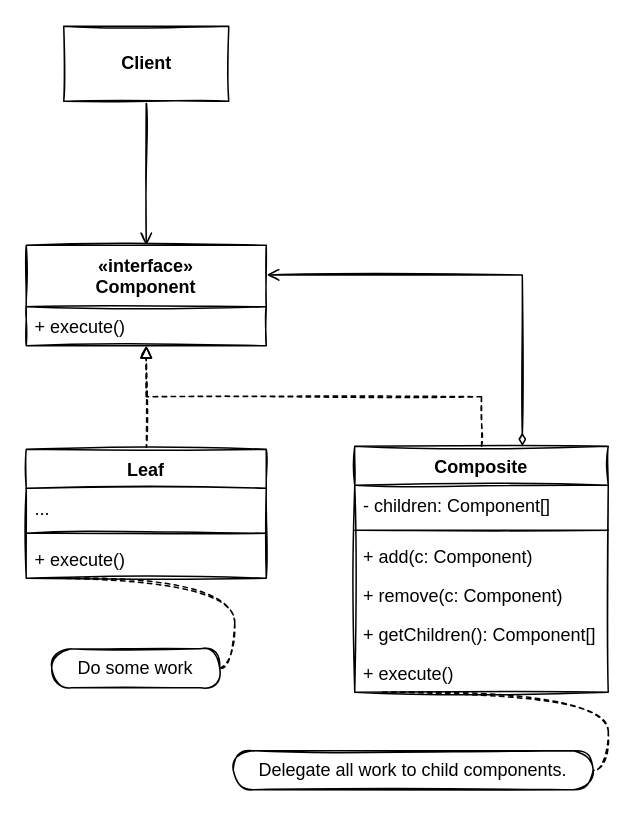
Earlier version of the draw.io diagram page "Standard" (1 of 2) of src/08-Composite/UML.drawio (MangoPomelo/DesignPatternPractice). Source tidied: cells renumbered, new cells numbered last; positions are measured from the earlier drawing's top-left corner, leaving out a move shared by most shapes. Both pictures are drawn from the tidied source at 150%, with x=0, y=0 at pixel (26, 26).
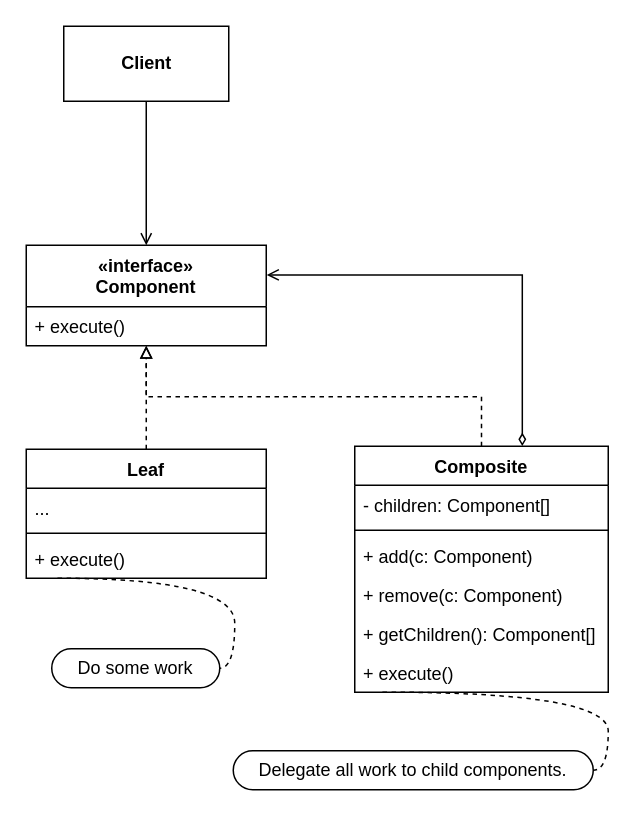
The same page after the edit.

What changed in the source:
```diff
@@
-    <mxCell id="2" style="edgeStyle=none;sketch=1;html=1;exitX=0.5;exitY=1;exitDx=0;exitDy=0;entryX=0.5;entryY=0;entryDx=0;entryDy=0;endArrow=open;endFill=0;" parent="1" edge="1" source="3" target="4">
+    <mxCell id="2" style="edgeStyle=none;html=1;exitX=0.5;exitY=1;exitDx=0;exitDy=0;entryX=0.5;entryY=0;entryDx=0;entryDy=0;endArrow=open;endFill=0;" parent="1" edge="1" source="3" target="4">
       <mxGeometry relative="1" as="geometry" />
     </mxCell>
-    <mxCell id="3" value="Client" style="html=1;sketch=1;fontStyle=1;" parent="1" vertex="1">
+    <mxCell id="3" value="Client" style="html=1;fontStyle=1;" parent="1" vertex="1">
       <mxGeometry x="25" width="110" height="50" as="geometry" />
     </mxCell>
-    <mxCell id="4" value="«interface»&#10;Component" style="swimlane;fontStyle=1;align=center;verticalAlign=top;horizontal=1;startSize=41;sketch=1;" parent="1" vertex="1">
+    <mxCell id="4" value="«interface»&#10;Component" style="swimlane;fontStyle=1;align=center;verticalAlign=top;horizontal=1;startSize=41;" parent="1" vertex="1">
       <mxGeometry y="146" width="160" height="67" as="geometry" />
     </mxCell>
-    <mxCell id="5" value="+ execute()" style="text;strokeColor=none;fillColor=none;align=left;verticalAlign=top;spacingLeft=4;spacingRight=4;overflow=hidden;points=[[0,0.5],[1,0.5]];portConstraint=eastwest;sketch=1;" parent="4" vertex="1">
+    <mxCell id="5" value="+ execute()" style="text;strokeColor=none;fillColor=none;align=left;verticalAlign=top;spacingLeft=4;spacingRight=4;overflow=hidden;points=[[0,0.5],[1,0.5]];portConstraint=eastwest;" parent="4" vertex="1">
       <mxGeometry y="41" width="160" height="26" as="geometry" />
     </mxCell>
-    <mxCell id="6" style="edgeStyle=none;sketch=1;html=1;endArrow=block;endFill=0;dashed=1;" parent="1" edge="1" source="7" target="5">
+    <mxCell id="6" style="edgeStyle=none;html=1;endArrow=block;endFill=0;dashed=1;" parent="1" edge="1" source="7" target="5">
       <mxGeometry relative="1" as="geometry" />
     </mxCell>
-    <mxCell id="7" value="Leaf" style="swimlane;fontStyle=1;align=center;verticalAlign=top;horizontal=1;startSize=26;sketch=1;" parent="1" vertex="1">
+    <mxCell id="7" value="Leaf" style="swimlane;fontStyle=1;align=center;verticalAlign=top;horizontal=1;startSize=26;" parent="1" vertex="1">
       <mxGeometry y="282" width="160" height="86" as="geometry" />
     </mxCell>
-    <mxCell id="8" value="..." style="text;strokeColor=none;fillColor=none;align=left;verticalAlign=top;spacingLeft=4;spacingRight=4;overflow=hidden;sketch=1;" parent="7" vertex="1">
+    <mxCell id="8" value="..." style="text;strokeColor=none;fillColor=none;align=left;verticalAlign=top;spacingLeft=4;spacingRight=4;overflow=hidden;" parent="7" vertex="1">
       <mxGeometry y="26" width="160" height="26" as="geometry" />
     </mxCell>
-    <mxCell id="9" style="line;strokeWidth=1;fillColor=none;align=left;verticalAlign=middle;spacingTop=-1;spacingLeft=3;spacingRight=3;labelPosition=right;sketch=1;" parent="7" vertex="1">
+    <mxCell id="9" style="line;strokeWidth=1;fillColor=none;align=left;verticalAlign=middle;spacingTop=-1;spacingLeft=3;spacingRight=3;labelPosition=right;" parent="7" vertex="1">
       <mxGeometry y="52" width="160" height="8" as="geometry" />
     </mxCell>
-    <mxCell id="10" value="+ execute()" style="text;strokeColor=none;fillColor=none;align=left;verticalAlign=top;spacingLeft=4;spacingRight=4;overflow=hidden;points=[[0,0.5],[1,0.5]];portConstraint=eastwest;sketch=1;" parent="7" vertex="1">
+    <mxCell id="10" value="+ execute()" style="text;strokeColor=none;fillColor=none;align=left;verticalAlign=top;spacingLeft=4;spacingRight=4;overflow=hidden;points=[[0,0.5],[1,0.5]];portConstraint=eastwest;" parent="7" vertex="1">
       <mxGeometry y="60" width="160" height="26" as="geometry" />
     </mxCell>
-    <mxCell id="11" value="Do some work" style="whiteSpace=wrap;html=1;rounded=1;arcSize=50;align=center;verticalAlign=middle;strokeWidth=1;spacing=4;newEdgeStyle={&quot;edgeStyle&quot;:&quot;entityRelationEdgeStyle&quot;,&quot;startArrow&quot;:&quot;none&quot;,&quot;endArrow&quot;:&quot;none&quot;,&quot;segment&quot;:10,&quot;curved&quot;:1};sketch=1;" parent="1" vertex="1">
+    <mxCell id="11" value="Do some work" style="whiteSpace=wrap;html=1;rounded=1;arcSize=50;align=center;verticalAlign=middle;strokeWidth=1;spacing=4;newEdgeStyle={&quot;edgeStyle&quot;:&quot;entityRelationEdgeStyle&quot;,&quot;startArrow&quot;:&quot;none&quot;,&quot;endArrow&quot;:&quot;none&quot;,&quot;segment&quot;:10,&quot;curved&quot;:1};" parent="1" vertex="1">
       <mxGeometry x="17" y="415" width="112" height="26" as="geometry" />
     </mxCell>
-    <mxCell id="12" style="edgeStyle=entityRelationEdgeStyle;startArrow=none;endArrow=none;segment=10;curved=1;dashed=1;sketch=1;exitX=0.13;exitY=1;exitDx=0;exitDy=0;exitPerimeter=0;" parent="1" edge="1" source="10" target="11">
+    <mxCell id="12" style="edgeStyle=entityRelationEdgeStyle;startArrow=none;endArrow=none;segment=10;curved=1;dashed=1;exitX=0.13;exitY=1;exitDx=0;exitDy=0;exitPerimeter=0;" parent="1" edge="1" source="10" target="11">
       <mxGeometry relative="1" as="geometry" />
     </mxCell>
-    <mxCell id="13" style="edgeStyle=orthogonalEdgeStyle;sketch=1;html=1;exitX=0.5;exitY=0;exitDx=0;exitDy=0;entryX=0.5;entryY=1.003;entryDx=0;entryDy=0;entryPerimeter=0;dashed=1;endArrow=block;endFill=0;rounded=0;" parent="1" edge="1" source="15" target="5">
+    <mxCell id="13" style="edgeStyle=orthogonalEdgeStyle;html=1;exitX=0.5;exitY=0;exitDx=0;exitDy=0;entryX=0.5;entryY=1.003;entryDx=0;entryDy=0;entryPerimeter=0;dashed=1;endArrow=block;endFill=0;rounded=0;" parent="1" edge="1" source="15" target="5">
       <mxGeometry relative="1" as="geometry">
         <Array as="points">
           <mxPoint x="304" y="247" />
           <mxPoint x="80" y="247" />
         </Array>
       </mxGeometry>
     </mxCell>
-    <mxCell id="14" style="edgeStyle=orthogonalEdgeStyle;rounded=0;sketch=1;html=1;exitX=0.661;exitY=-0.001;exitDx=0;exitDy=0;entryX=1.002;entryY=0.295;entryDx=0;entryDy=0;entryPerimeter=0;endArrow=open;endFill=0;startArrow=diamondThin;startFill=0;exitPerimeter=0;" parent="1" edge="1" source="15" target="4">
+    <mxCell id="14" style="edgeStyle=orthogonalEdgeStyle;rounded=0;html=1;exitX=0.661;exitY=-0.001;exitDx=0;exitDy=0;entryX=1.002;entryY=0.295;entryDx=0;entryDy=0;entryPerimeter=0;endArrow=open;endFill=0;startArrow=diamondThin;startFill=0;exitPerimeter=0;" parent="1" edge="1" source="15" target="4">
       <mxGeometry relative="1" as="geometry">
         <Array as="points">
           <mxPoint x="331" y="166" />
         </Array>
       </mxGeometry>
     </mxCell>
-    <mxCell id="15" value="Composite" style="swimlane;fontStyle=1;align=center;verticalAlign=top;horizontal=1;startSize=26;sketch=1;" parent="1" vertex="1">
+    <mxCell id="15" value="Composite" style="swimlane;fontStyle=1;align=center;verticalAlign=top;horizontal=1;startSize=26;" parent="1" vertex="1">
       <mxGeometry x="219" y="280" width="169" height="164" as="geometry" />
     </mxCell>
-    <mxCell id="16" value="- children: Component[]" style="text;strokeColor=none;fillColor=none;align=left;verticalAlign=top;spacingLeft=4;spacingRight=4;overflow=hidden;sketch=1;" parent="15" vertex="1">
+    <mxCell id="16" value="- children: Component[]" style="text;strokeColor=none;fillColor=none;align=left;verticalAlign=top;spacingLeft=4;spacingRight=4;overflow=hidden;" parent="15" vertex="1">
       <mxGeometry y="26" width="169" height="26" as="geometry" />
     </mxCell>
-    <mxCell id="17" style="line;strokeWidth=1;fillColor=none;align=left;verticalAlign=middle;spacingTop=-1;spacingLeft=3;spacingRight=3;labelPosition=right;sketch=1;" parent="15" vertex="1">
+    <mxCell id="17" style="line;strokeWidth=1;fillColor=none;align=left;verticalAlign=middle;spacingTop=-1;spacingLeft=3;spacingRight=3;labelPosition=right;" parent="15" vertex="1">
       <mxGeometry y="52" width="169" height="8" as="geometry" />
     </mxCell>
-    <mxCell id="18" value="+ add(c: Component)" style="text;strokeColor=none;fillColor=none;align=left;verticalAlign=top;spacingLeft=4;spacingRight=4;overflow=hidden;sketch=1;" parent="15" vertex="1">
+    <mxCell id="18" value="+ add(c: Component)" style="text;strokeColor=none;fillColor=none;align=left;verticalAlign=top;spacingLeft=4;spacingRight=4;overflow=hidden;" parent="15" vertex="1">
       <mxGeometry y="60" width="169" height="26" as="geometry" />
     </mxCell>
-    <mxCell id="19" value="+ remove(c: Component)" style="text;strokeColor=none;fillColor=none;align=left;verticalAlign=top;spacingLeft=4;spacingRight=4;overflow=hidden;sketch=1;" parent="15" vertex="1">
+    <mxCell id="19" value="+ remove(c: Component)" style="text;strokeColor=none;fillColor=none;align=left;verticalAlign=top;spacingLeft=4;spacingRight=4;overflow=hidden;" parent="15" vertex="1">
       <mxGeometry y="86" width="169" height="26" as="geometry" />
     </mxCell>
-    <mxCell id="20" value="+ getChildren(): Component[]" style="text;strokeColor=none;fillColor=none;align=left;verticalAlign=top;spacingLeft=4;spacingRight=4;overflow=hidden;sketch=1;" parent="15" vertex="1">
+    <mxCell id="20" value="+ getChildren(): Component[]" style="text;strokeColor=none;fillColor=none;align=left;verticalAlign=top;spacingLeft=4;spacingRight=4;overflow=hidden;" parent="15" vertex="1">
       <mxGeometry y="112" width="169" height="26" as="geometry" />
     </mxCell>
-    <mxCell id="21" value="+ execute()" style="text;strokeColor=none;fillColor=none;align=left;verticalAlign=top;spacingLeft=4;spacingRight=4;overflow=hidden;points=[[0,0.5],[1,0.5]];portConstraint=eastwest;sketch=1;" parent="15" vertex="1">
+    <mxCell id="21" value="+ execute()" style="text;strokeColor=none;fillColor=none;align=left;verticalAlign=top;spacingLeft=4;spacingRight=4;overflow=hidden;points=[[0,0.5],[1,0.5]];portConstraint=eastwest;" parent="15" vertex="1">
       <mxGeometry y="138" width="169" height="26" as="geometry" />
     </mxCell>
-    <mxCell id="22" value="Delegate all work to child components." style="whiteSpace=wrap;html=1;rounded=1;arcSize=50;align=center;verticalAlign=middle;strokeWidth=1;spacing=4;newEdgeStyle={&quot;edgeStyle&quot;:&quot;entityRelationEdgeStyle&quot;,&quot;startArrow&quot;:&quot;none&quot;,&quot;endArrow&quot;:&quot;none&quot;,&quot;segment&quot;:10,&quot;curved&quot;:1};sketch=1;" parent="1" vertex="1">
+    <mxCell id="22" value="Delegate all work to child components." style="whiteSpace=wrap;html=1;rounded=1;arcSize=50;align=center;verticalAlign=middle;strokeWidth=1;spacing=4;newEdgeStyle={&quot;edgeStyle&quot;:&quot;entityRelationEdgeStyle&quot;,&quot;startArrow&quot;:&quot;none&quot;,&quot;endArrow&quot;:&quot;none&quot;,&quot;segment&quot;:10,&quot;curved&quot;:1};" parent="1" vertex="1">
       <mxGeometry x="138" y="483" width="240" height="26" as="geometry" />
     </mxCell>
-    <mxCell id="23" style="edgeStyle=entityRelationEdgeStyle;startArrow=none;endArrow=none;segment=10;curved=1;dashed=1;sketch=1;exitX=0.109;exitY=0.997;exitDx=0;exitDy=0;exitPerimeter=0;" parent="1" edge="1" source="21" target="22">
+    <mxCell id="23" style="edgeStyle=entityRelationEdgeStyle;startArrow=none;endArrow=none;segment=10;curved=1;dashed=1;exitX=0.109;exitY=0.997;exitDx=0;exitDy=0;exitPerimeter=0;" parent="1" edge="1" source="21" target="22">
       <mxGeometry relative="1" as="geometry" />
     </mxCell>
```
